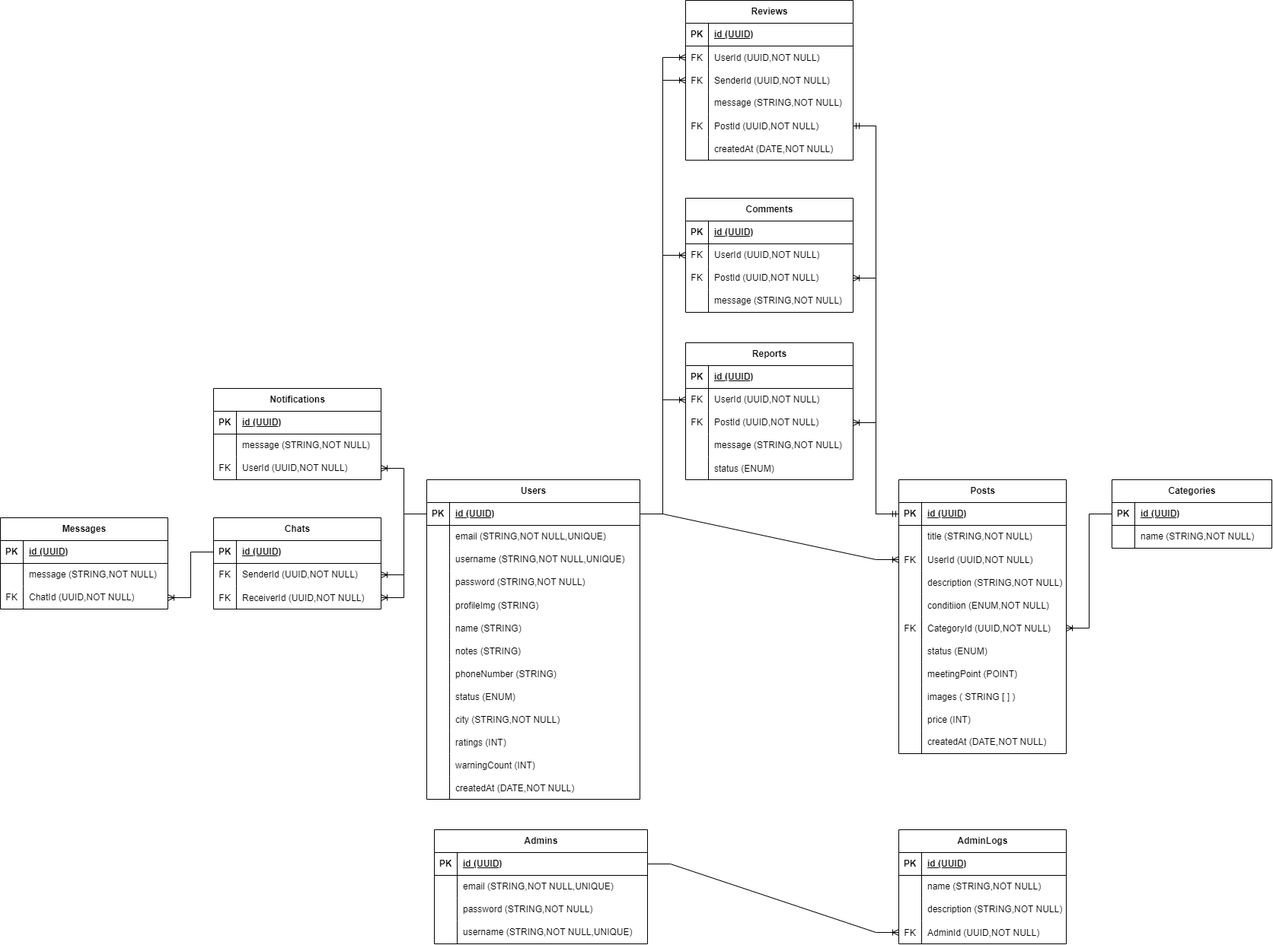
Before: schema_erd.png, a diagram exported from draw.io (TukarMainan/server). Source tidied: cells renumbered, new cells last; positions are measured from the earlier drawing's top-left corner, leaving out a move shared by most shapes.
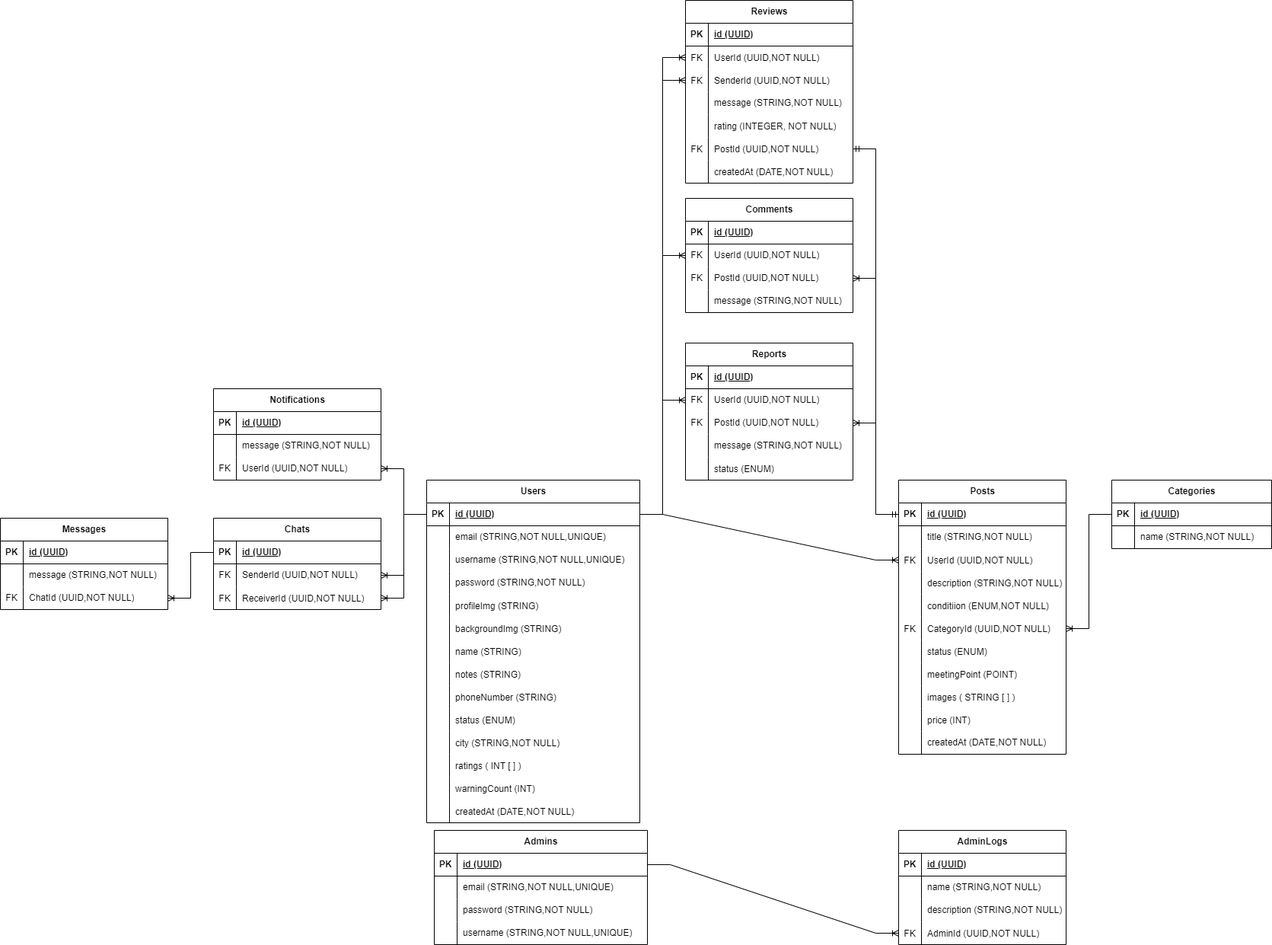
The same diagram one commit later.

Commit message:
refactor: update schema_erd update table reviews and users

What changed in the source:
```diff
@@ -3,7 +3,7 @@
     <mxCell id="0" />
     <mxCell id="1" parent="0" />
     <mxCell id="2" value="Users" style="shape=table;startSize=30;rowLines=0;fontStyle=1;align=center;html=1;" parent="1" vertex="1">
-      <mxGeometry x="560" y="630" width="280" height="420" as="geometry" />
+      <mxGeometry x="560" y="630" width="280" height="450" as="geometry" />
     </mxCell>
     <mxCell id="3" style="shape=tableRow;horizontal=0;startSize=0;swimlaneHead=0;swimlaneBody=0;fillColor=none;points=[[0,0.5],[1,0.5]];portConstraint=eastwest;top=0;left=0;right=0;bottom=1;" parent="2" vertex="1">
       <mxGeometry y="30" width="280" height="30" as="geometry" />
@@ -50,8 +50,17 @@
     <mxCell id="17" value="profileImg (STRING)" style="shape=partialRectangle;fillColor=none;top=0;left=0;bottom=0;right=0;align=left;spacingLeft=6;overflow=hidden;" parent="15" vertex="1">
       <mxGeometry x="30" width="250" height="30" as="geometry" />
     </mxCell>
+    <mxCell id="201" style="shape=tableRow;horizontal=0;startSize=0;swimlaneHead=0;swimlaneBody=0;fillColor=none;top=0;left=0;right=0;bottom=0;" parent="2" vertex="1">
+      <mxGeometry y="180" width="280" height="30" as="geometry" />
+    </mxCell>
+    <mxCell id="202" style="shape=partialRectangle;fillColor=none;top=0;left=0;bottom=0;right=0;overflow=hidden;" parent="201" vertex="1">
+      <mxGeometry width="30" height="30" as="geometry" />
+    </mxCell>
+    <mxCell id="203" value="backgroundImg (STRING)" style="shape=partialRectangle;fillColor=none;top=0;left=0;bottom=0;right=0;align=left;spacingLeft=6;overflow=hidden;" parent="201" vertex="1">
+      <mxGeometry x="30" width="250" height="30" as="geometry" />
+    </mxCell>
     <mxCell id="18" style="shape=tableRow;horizontal=0;startSize=0;swimlaneHead=0;swimlaneBody=0;fillColor=none;top=0;left=0;right=0;bottom=0;" parent="2" vertex="1">
-      <mxGeometry y="180" width="280" height="30" as="geometry" />
+      <mxGeometry y="210" width="280" height="30" as="geometry" />
     </mxCell>
     <mxCell id="19" style="shape=partialRectangle;fillColor=none;top=0;left=0;bottom=0;right=0;overflow=hidden;" parent="18" vertex="1">
       <mxGeometry width="30" height="30" as="geometry" />
@@ -60,7 +69,7 @@
       <mxGeometry x="30" width="250" height="30" as="geometry" />
     </mxCell>
     <mxCell id="21" style="shape=tableRow;horizontal=0;startSize=0;swimlaneHead=0;swimlaneBody=0;fillColor=none;top=0;left=0;right=0;bottom=0;" parent="2" vertex="1">
-      <mxGeometry y="210" width="280" height="30" as="geometry" />
+      <mxGeometry y="240" width="280" height="30" as="geometry" />
     </mxCell>
     <mxCell id="22" style="shape=partialRectangle;fillColor=none;top=0;left=0;bottom=0;right=0;overflow=hidden;" parent="21" vertex="1">
       <mxGeometry width="30" height="30" as="geometry" />
@@ -69,7 +78,7 @@
       <mxGeometry x="30" width="250" height="30" as="geometry" />
     </mxCell>
     <mxCell id="24" style="shape=tableRow;horizontal=0;startSize=0;swimlaneHead=0;swimlaneBody=0;fillColor=none;top=0;left=0;right=0;bottom=0;" parent="2" vertex="1">
-      <mxGeometry y="240" width="280" height="30" as="geometry" />
+      <mxGeometry y="270" width="280" height="30" as="geometry" />
     </mxCell>
     <mxCell id="25" style="shape=partialRectangle;fillColor=none;top=0;left=0;bottom=0;right=0;overflow=hidden;" parent="24" vertex="1">
       <mxGeometry width="30" height="30" as="geometry" />
@@ -78,7 +87,7 @@
       <mxGeometry x="30" width="250" height="30" as="geometry" />
     </mxCell>
     <mxCell id="27" style="shape=tableRow;horizontal=0;startSize=0;swimlaneHead=0;swimlaneBody=0;fillColor=none;top=0;left=0;right=0;bottom=0;" parent="2" vertex="1">
-      <mxGeometry y="270" width="280" height="30" as="geometry" />
+      <mxGeometry y="300" width="280" height="30" as="geometry" />
     </mxCell>
     <mxCell id="28" style="shape=partialRectangle;fillColor=none;top=0;left=0;bottom=0;right=0;overflow=hidden;" parent="27" vertex="1">
       <mxGeometry width="30" height="30" as="geometry" />
@@ -87,7 +96,7 @@
       <mxGeometry x="30" width="250" height="30" as="geometry" />
     </mxCell>
     <mxCell id="30" style="shape=tableRow;horizontal=0;startSize=0;swimlaneHead=0;swimlaneBody=0;fillColor=none;top=0;left=0;right=0;bottom=0;" parent="2" vertex="1">
-      <mxGeometry y="300" width="280" height="30" as="geometry" />
+      <mxGeometry y="330" width="280" height="30" as="geometry" />
     </mxCell>
     <mxCell id="31" style="shape=partialRectangle;fillColor=none;top=0;left=0;bottom=0;right=0;overflow=hidden;" parent="30" vertex="1">
       <mxGeometry width="30" height="30" as="geometry" />
@@ -96,16 +105,16 @@
       <mxGeometry x="30" width="250" height="30" as="geometry" />
     </mxCell>
     <mxCell id="33" style="shape=tableRow;horizontal=0;startSize=0;swimlaneHead=0;swimlaneBody=0;fillColor=none;top=0;left=0;right=0;bottom=0;" parent="2" vertex="1">
-      <mxGeometry y="330" width="280" height="30" as="geometry" />
+      <mxGeometry y="360" width="280" height="30" as="geometry" />
     </mxCell>
     <mxCell id="34" style="shape=partialRectangle;fillColor=none;top=0;left=0;bottom=0;right=0;overflow=hidden;" parent="33" vertex="1">
       <mxGeometry width="30" height="30" as="geometry" />
     </mxCell>
-    <mxCell id="35" value="ratings (INT)" style="shape=partialRectangle;fillColor=none;top=0;left=0;bottom=0;right=0;align=left;spacingLeft=6;overflow=hidden;" parent="33" vertex="1">
+    <mxCell id="35" value="ratings ( INT [ ] )" style="shape=partialRectangle;fillColor=none;top=0;left=0;bottom=0;right=0;align=left;spacingLeft=6;overflow=hidden;" parent="33" vertex="1">
       <mxGeometry x="30" width="250" height="30" as="geometry" />
     </mxCell>
     <mxCell id="36" style="shape=tableRow;horizontal=0;startSize=0;swimlaneHead=0;swimlaneBody=0;fillColor=none;top=0;left=0;right=0;bottom=0;" parent="2" vertex="1">
-      <mxGeometry y="360" width="280" height="30" as="geometry" />
+      <mxGeometry y="390" width="280" height="30" as="geometry" />
     </mxCell>
     <mxCell id="37" style="shape=partialRectangle;fillColor=none;top=0;left=0;bottom=0;right=0;overflow=hidden;" parent="36" vertex="1">
       <mxGeometry width="30" height="30" as="geometry" />
@@ -114,7 +123,7 @@
       <mxGeometry x="30" width="250" height="30" as="geometry" />
     </mxCell>
     <mxCell id="39" style="shape=tableRow;horizontal=0;startSize=0;swimlaneHead=0;swimlaneBody=0;fillColor=none;top=0;left=0;right=0;bottom=0;" parent="2" vertex="1">
-      <mxGeometry y="390" width="280" height="30" as="geometry" />
+      <mxGeometry y="420" width="280" height="30" as="geometry" />
     </mxCell>
     <mxCell id="40" style="shape=partialRectangle;fillColor=none;top=0;left=0;bottom=0;right=0;overflow=hidden;" parent="39" vertex="1">
       <mxGeometry width="30" height="30" as="geometry" />
@@ -294,7 +303,7 @@
       <mxGeometry x="30" width="190" height="30" as="geometry" />
     </mxCell>
     <mxCell id="99" value="Reviews" style="shape=table;startSize=30;rowLines=0;fontStyle=1;align=center;html=1;" parent="1" vertex="1">
-      <mxGeometry x="900" width="220" height="210" as="geometry" />
+      <mxGeometry x="900" width="220" height="240" as="geometry" />
     </mxCell>
     <mxCell id="100" style="shape=tableRow;horizontal=0;startSize=0;swimlaneHead=0;swimlaneBody=0;fillColor=none;top=0;left=0;right=0;bottom=1;" parent="99" vertex="1">
       <mxGeometry y="30" width="220" height="30" as="geometry" />
@@ -332,8 +341,17 @@
     <mxCell id="111" value="message (STRING,NOT NULL)" style="shape=partialRectangle;fillColor=none;top=0;left=0;bottom=0;right=0;align=left;spacingLeft=6;overflow=hidden;whiteSpace=wrap;html=1;" parent="109" vertex="1">
       <mxGeometry x="30" width="190" height="30" as="geometry" />
     </mxCell>
+    <mxCell id="204" style="shape=tableRow;horizontal=0;startSize=0;swimlaneHead=0;swimlaneBody=0;fillColor=none;top=0;left=0;right=0;bottom=0;" parent="99" vertex="1">
+      <mxGeometry y="150" width="220" height="30" as="geometry" />
+    </mxCell>
+    <mxCell id="205" style="shape=partialRectangle;fillColor=none;top=0;left=0;bottom=0;right=0;overflow=hidden;" parent="204" vertex="1">
+      <mxGeometry width="30" height="30" as="geometry" />
+    </mxCell>
+    <mxCell id="206" value="rating (INTEGER, NOT NULL)" style="shape=partialRectangle;fillColor=none;top=0;left=0;bottom=0;right=0;align=left;spacingLeft=6;overflow=hidden;" parent="204" vertex="1">
+      <mxGeometry x="30" width="190" height="30" as="geometry" />
+    </mxCell>
     <mxCell id="112" style="shape=tableRow;horizontal=0;startSize=0;swimlaneHead=0;swimlaneBody=0;fillColor=none;points=[[0,0.5],[1,0.5]];portConstraint=eastwest;top=0;left=0;right=0;bottom=0;" parent="99" vertex="1">
-      <mxGeometry y="150" width="220" height="30" as="geometry" />
+      <mxGeometry y="180" width="220" height="30" as="geometry" />
     </mxCell>
     <mxCell id="113" value="FK" style="shape=partialRectangle;fillColor=none;top=0;left=0;bottom=0;right=0;overflow=hidden;" parent="112" vertex="1">
       <mxGeometry width="30" height="30" as="geometry" />
@@ -342,7 +360,7 @@
       <mxGeometry x="30" width="190" height="30" as="geometry" />
     </mxCell>
     <mxCell id="115" style="shape=tableRow;horizontal=0;startSize=0;swimlaneHead=0;swimlaneBody=0;fillColor=none;top=0;left=0;right=0;bottom=0;" parent="99" vertex="1">
-      <mxGeometry y="180" width="220" height="30" as="geometry" />
+      <mxGeometry y="210" width="220" height="30" as="geometry" />
     </mxCell>
     <mxCell id="116" style="shape=partialRectangle;fillColor=none;top=0;left=0;bottom=0;right=0;overflow=hidden;" parent="115" vertex="1">
       <mxGeometry width="30" height="30" as="geometry" />
```
